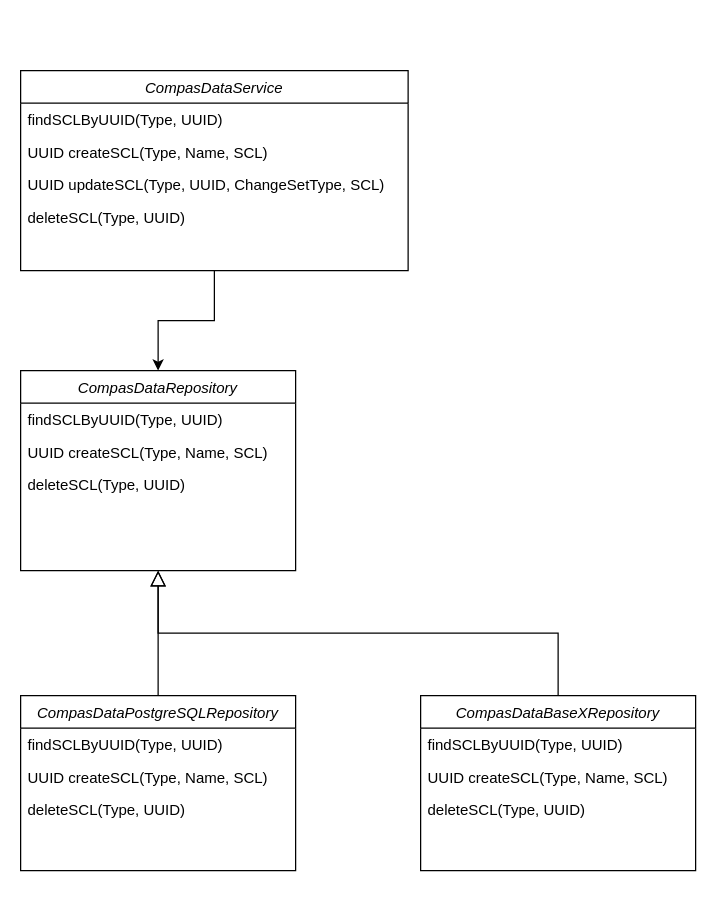
com-pas/compas-architecture keeps this draw.io diagram as blob-files/CoMPAS-SclDataService-Classdiagram.drawio. Above is the earlier version. Source tidied: cells renumbered, new cells numbered last; positions are measured from the earlier drawing's top-left corner, leaving out a move shared by most shapes. Both pictures are drawn from the tidied source at 125%, with x=0, y=0 at pixel (20, 70).
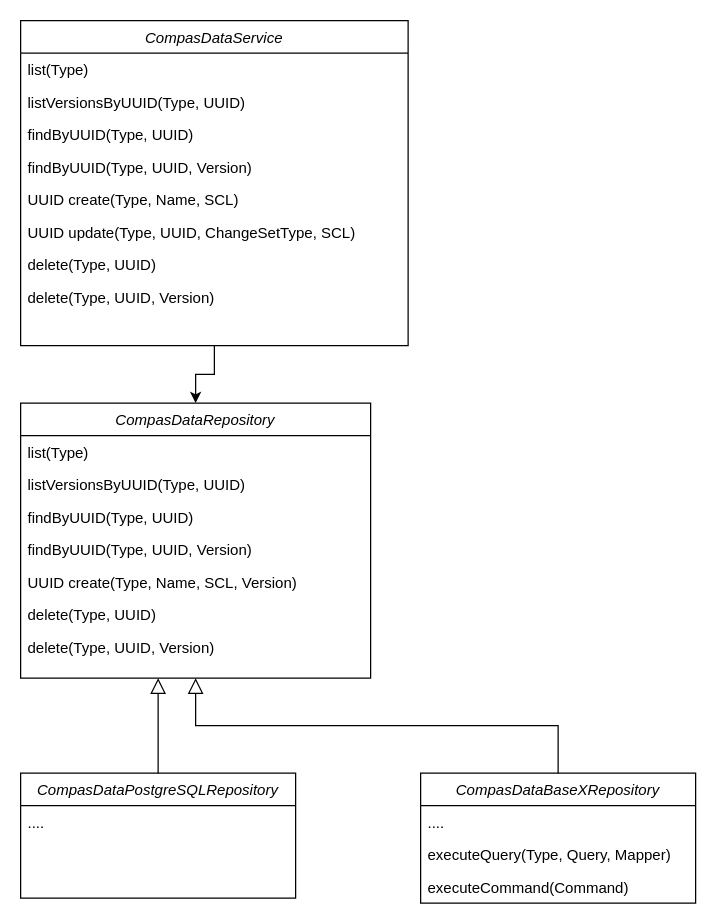
After the change.

Commit message (it also covers changes not shown here):
Update SCL Data Service documentation.

What changed in the source:
```diff
@@
     <mxCell id="3" value="CompasDataService" style="swimlane;fontStyle=2;align=center;verticalAlign=top;horizontal=1;startSize=26;rounded=0;shadow=0;strokeWidth=1;" parent="1" vertex="1">
-      <mxGeometry width="310" height="160" as="geometry" />
+      <mxGeometry y="-40" width="310" height="260" as="geometry" />
     </mxCell>
+    <mxCell id="22" value="list(Type)" style="text;align=left;verticalAlign=top;spacingLeft=4;spacingRight=4;overflow=hidden;" parent="3" vertex="1">
+      <mxGeometry y="26" width="310" height="26" as="geometry" />
+    </mxCell>
+    <mxCell id="23" value="listVersionsByUUID(Type, UUID)" style="text;align=left;verticalAlign=top;spacingLeft=4;spacingRight=4;overflow=hidden;" parent="3" vertex="1">
+      <mxGeometry y="52" width="310" height="26" as="geometry" />
+    </mxCell>
-    <mxCell id="4" value="findSCLByUUID(Type, UUID)" style="text;align=left;verticalAlign=top;spacingLeft=4;spacingRight=4;overflow=hidden;" parent="3" vertex="1">
-      <mxGeometry y="26" width="310" height="26" as="geometry" />
+    <mxCell id="4" value="findByUUID(Type, UUID)" style="text;align=left;verticalAlign=top;spacingLeft=4;spacingRight=4;overflow=hidden;" parent="3" vertex="1">
+      <mxGeometry y="78" width="310" height="26" as="geometry" />
     </mxCell>
+    <mxCell id="24" value="findByUUID(Type, UUID, Version)" style="text;align=left;verticalAlign=top;spacingLeft=4;spacingRight=4;overflow=hidden;" parent="3" vertex="1">
+      <mxGeometry y="104" width="310" height="26" as="geometry" />
+    </mxCell>
-    <mxCell id="5" value="UUID createSCL(Type, Name, SCL)" style="text;align=left;verticalAlign=top;spacingLeft=4;spacingRight=4;overflow=hidden;" parent="3" vertex="1">
-      <mxGeometry y="52" width="310" height="26" as="geometry" />
+    <mxCell id="5" value="UUID create(Type, Name, SCL)" style="text;align=left;verticalAlign=top;spacingLeft=4;spacingRight=4;overflow=hidden;" parent="3" vertex="1">
+      <mxGeometry y="130" width="310" height="26" as="geometry" />
     </mxCell>
-    <mxCell id="6" value="UUID updateSCL(Type, UUID, ChangeSetType, SCL)" style="text;align=left;verticalAlign=top;spacingLeft=4;spacingRight=4;overflow=hidden;" parent="3" vertex="1">
-      <mxGeometry y="78" width="310" height="26" as="geometry" />
+    <mxCell id="6" value="UUID update(Type, UUID, ChangeSetType, SCL)" style="text;align=left;verticalAlign=top;spacingLeft=4;spacingRight=4;overflow=hidden;" parent="3" vertex="1">
+      <mxGeometry y="156" width="310" height="26" as="geometry" />
     </mxCell>
-    <mxCell id="7" value="deleteSCL(Type, UUID)" style="text;align=left;verticalAlign=top;spacingLeft=4;spacingRight=4;overflow=hidden;" parent="3" vertex="1">
-      <mxGeometry y="104" width="310" height="26" as="geometry" />
+    <mxCell id="7" value="delete(Type, UUID)" style="text;align=left;verticalAlign=top;spacingLeft=4;spacingRight=4;overflow=hidden;" parent="3" vertex="1">
+      <mxGeometry y="182" width="310" height="26" as="geometry" />
     </mxCell>
+    <mxCell id="25" value="delete(Type, UUID, Version)" style="text;align=left;verticalAlign=top;spacingLeft=4;spacingRight=4;overflow=hidden;" parent="3" vertex="1">
+      <mxGeometry y="208" width="310" height="26" as="geometry" />
+    </mxCell>
     <mxCell id="8" value="CompasDataPostgreSQLRepository" style="swimlane;fontStyle=2;align=center;verticalAlign=top;horizontal=1;startSize=26;rounded=0;shadow=0;strokeWidth=1;" parent="1" vertex="1">
-      <mxGeometry y="500" width="220" height="140" as="geometry" />
+      <mxGeometry y="562" width="220" height="100" as="geometry" />
     </mxCell>
-    <mxCell id="9" value="findSCLByUUID(Type, UUID)" style="text;align=left;verticalAlign=top;spacingLeft=4;spacingRight=4;overflow=hidden;" parent="8" vertex="1">
+    <mxCell id="9" value="...." style="text;align=left;verticalAlign=top;spacingLeft=4;spacingRight=4;overflow=hidden;" parent="8" vertex="1">
       <mxGeometry y="26" width="220" height="26" as="geometry" />
     </mxCell>
-    <mxCell id="10" value="UUID createSCL(Type, Name, SCL)" style="text;align=left;verticalAlign=top;spacingLeft=4;spacingRight=4;overflow=hidden;" parent="8" vertex="1">
-      <mxGeometry y="52" width="220" height="26" as="geometry" />
-    </mxCell>
-    <mxCell id="11" value="deleteSCL(Type, UUID)" style="text;align=left;verticalAlign=top;spacingLeft=4;spacingRight=4;overflow=hidden;" parent="8" vertex="1">
-      <mxGeometry y="78" width="220" height="26" as="geometry" />
-    </mxCell>
     <mxCell id="12" value="CompasDataBaseXRepository" style="swimlane;fontStyle=2;align=center;verticalAlign=top;horizontal=1;startSize=26;rounded=0;shadow=0;strokeWidth=1;" parent="1" vertex="1">
-      <mxGeometry x="320" y="500" width="220" height="140" as="geometry" />
+      <mxGeometry x="320" y="562" width="220" height="104" as="geometry" />
     </mxCell>
-    <mxCell id="13" value="findSCLByUUID(Type, UUID)" style="text;align=left;verticalAlign=top;spacingLeft=4;spacingRight=4;overflow=hidden;" parent="12" vertex="1">
+    <mxCell id="13" value="...." style="text;align=left;verticalAlign=top;spacingLeft=4;spacingRight=4;overflow=hidden;" parent="12" vertex="1">
       <mxGeometry y="26" width="220" height="26" as="geometry" />
     </mxCell>
-    <mxCell id="14" value="UUID createSCL(Type, Name, SCL)" style="text;align=left;verticalAlign=top;spacingLeft=4;spacingRight=4;overflow=hidden;" parent="12" vertex="1">
-      <mxGeometry y="52" width="220" height="26" as="geometry" />
-    </mxCell>
-    <mxCell id="15" value="deleteSCL(Type, UUID)" style="text;align=left;verticalAlign=top;spacingLeft=4;spacingRight=4;overflow=hidden;" parent="12" vertex="1">
-      <mxGeometry y="78" width="220" height="26" as="geometry" />
-    </mxCell>
+    <mxCell id="26" value="executeQuery(Type, Query, Mapper)" style="text;align=left;verticalAlign=top;spacingLeft=4;spacingRight=4;overflow=hidden;" parent="12" vertex="1">
+      <mxGeometry y="52" width="220" height="26" as="geometry" />
+    </mxCell>
+    <mxCell id="27" value="executeCommand(Command)" style="text;align=left;verticalAlign=top;spacingLeft=4;spacingRight=4;overflow=hidden;" parent="12" vertex="1">
+      <mxGeometry y="78" width="220" height="26" as="geometry" />
+    </mxCell>
     <mxCell id="16" value="CompasDataRepository" style="swimlane;fontStyle=2;align=center;verticalAlign=top;horizontal=1;startSize=26;rounded=0;shadow=0;strokeWidth=1;" parent="1" vertex="1">
-      <mxGeometry y="240" width="220" height="160" as="geometry" />
+      <mxGeometry y="266" width="280" height="220" as="geometry" />
     </mxCell>
-    <mxCell id="17" value="findSCLByUUID(Type, UUID)" style="text;align=left;verticalAlign=top;spacingLeft=4;spacingRight=4;overflow=hidden;" parent="16" vertex="1">
-      <mxGeometry y="26" width="220" height="26" as="geometry" />
+    <mxCell id="17" value="list(Type)" style="text;align=left;verticalAlign=top;spacingLeft=4;spacingRight=4;overflow=hidden;" parent="16" vertex="1">
+      <mxGeometry y="26" width="280" height="26" as="geometry" />
     </mxCell>
+    <mxCell id="28" value="listVersionsByUUID(Type, UUID)" style="text;align=left;verticalAlign=top;spacingLeft=4;spacingRight=4;overflow=hidden;" parent="16" vertex="1">
+      <mxGeometry y="52" width="280" height="26" as="geometry" />
+    </mxCell>
+    <mxCell id="29" value="findByUUID(Type, UUID)" style="text;align=left;verticalAlign=top;spacingLeft=4;spacingRight=4;overflow=hidden;" parent="16" vertex="1">
+      <mxGeometry y="78" width="280" height="26" as="geometry" />
+    </mxCell>
+    <mxCell id="30" value="findByUUID(Type, UUID, Version)" style="text;align=left;verticalAlign=top;spacingLeft=4;spacingRight=4;overflow=hidden;" parent="16" vertex="1">
+      <mxGeometry y="104" width="280" height="26" as="geometry" />
+    </mxCell>
-    <mxCell id="18" value="UUID createSCL(Type, Name, SCL)" style="text;align=left;verticalAlign=top;spacingLeft=4;spacingRight=4;overflow=hidden;" parent="16" vertex="1">
-      <mxGeometry y="52" width="220" height="26" as="geometry" />
+    <mxCell id="18" value="UUID create(Type, Name, SCL, Version)" style="text;align=left;verticalAlign=top;spacingLeft=4;spacingRight=4;overflow=hidden;" parent="16" vertex="1">
+      <mxGeometry y="130" width="280" height="26" as="geometry" />
     </mxCell>
-    <mxCell id="19" value="deleteSCL(Type, UUID)" style="text;align=left;verticalAlign=top;spacingLeft=4;spacingRight=4;overflow=hidden;" parent="16" vertex="1">
-      <mxGeometry y="78" width="220" height="26" as="geometry" />
+    <mxCell id="19" value="delete(Type, UUID)" style="text;align=left;verticalAlign=top;spacingLeft=4;spacingRight=4;overflow=hidden;" parent="16" vertex="1">
+      <mxGeometry y="156" width="280" height="26" as="geometry" />
     </mxCell>
+    <mxCell id="31" value="delete(Type, UUID, Version)" style="text;align=left;verticalAlign=top;spacingLeft=4;spacingRight=4;overflow=hidden;" parent="16" vertex="1">
+      <mxGeometry y="182" width="280" height="26" as="geometry" />
+    </mxCell>
-    <mxCell id="20" style="endArrow=block;endSize=10;endFill=0;shadow=0;strokeWidth=1;rounded=0;edgeStyle=elbowEdgeStyle;elbow=vertical;exitX=0.5;exitY=0;exitDx=0;exitDy=0;entryX=0.5;entryY=1;entryDx=0;entryDy=0;" parent="1" edge="1" source="8" target="16">
-      <mxGeometry relative="1" as="geometry" />
+    <mxCell id="20" style="endArrow=block;endSize=10;endFill=0;shadow=0;strokeWidth=1;rounded=0;edgeStyle=elbowEdgeStyle;elbow=vertical;exitX=0.5;exitY=0;exitDx=0;exitDy=0;" parent="1" edge="1" source="8">
+      <mxGeometry relative="1" as="geometry">
+        <mxPoint x="110" y="486" as="targetPoint" />
+      </mxGeometry>
     </mxCell>
```
